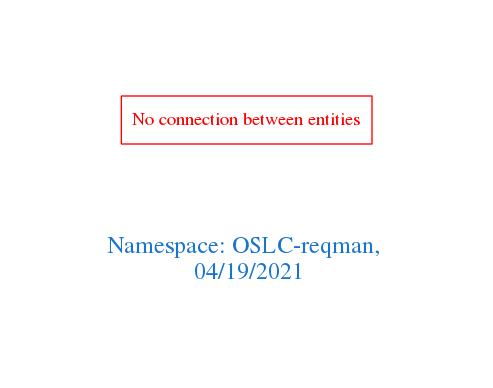
Before: downloads/OSLC-reqman.png, a diagram exported from Graphviz (arago/OGIT). Its source is kept beside it as downloads/OSLC-reqman.dot.
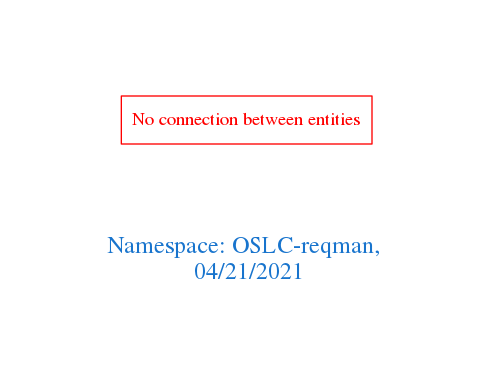
Above is the later version.

The edit, as a diff of the source:
```diff
@@ -1,7 +1,7 @@
 digraph OGIT_ontology {
  graph [ rankdir= LR,pad=1
 fontsize = 18,
-fontcolor= dodgerblue3,label = "\n\n\nNamespace: OSLC-reqman, \n 04/19/2021"];
+fontcolor= dodgerblue3,label = "\n\n\nNamespace: OSLC-reqman, \n 04/21/2021"];
 node[shape=polygon];
 edge [  color="gray81"];
 
```
